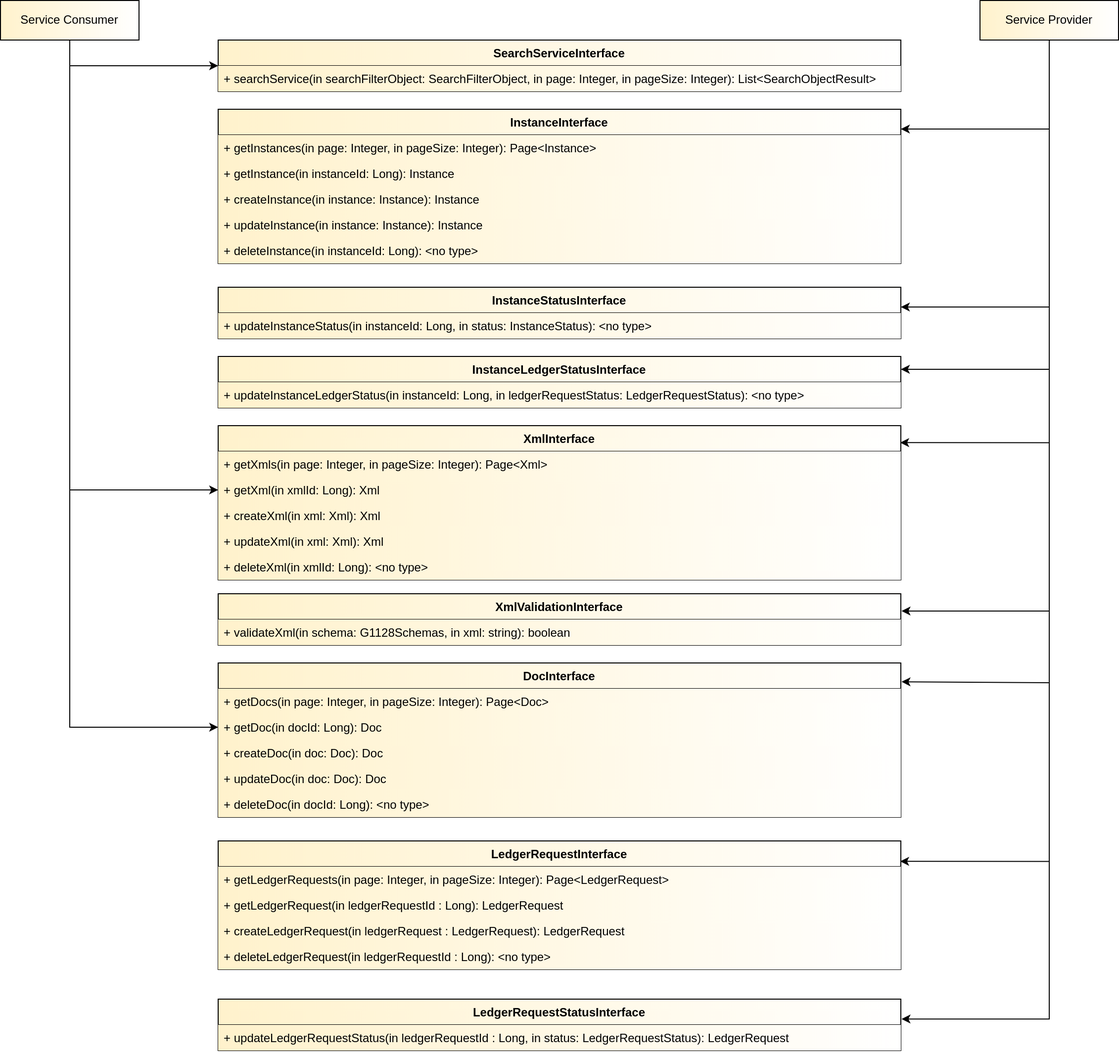
maritimeconnectivity/g1128-msr-service-specification keeps this draw.io diagram as materials/interfacedefinitions.drawio.png. Above is the earlier version. Source tidied: cells renumbered, new cells last; positions are measured from the earlier drawing's top-left corner, leaving out a move shared by most shapes.
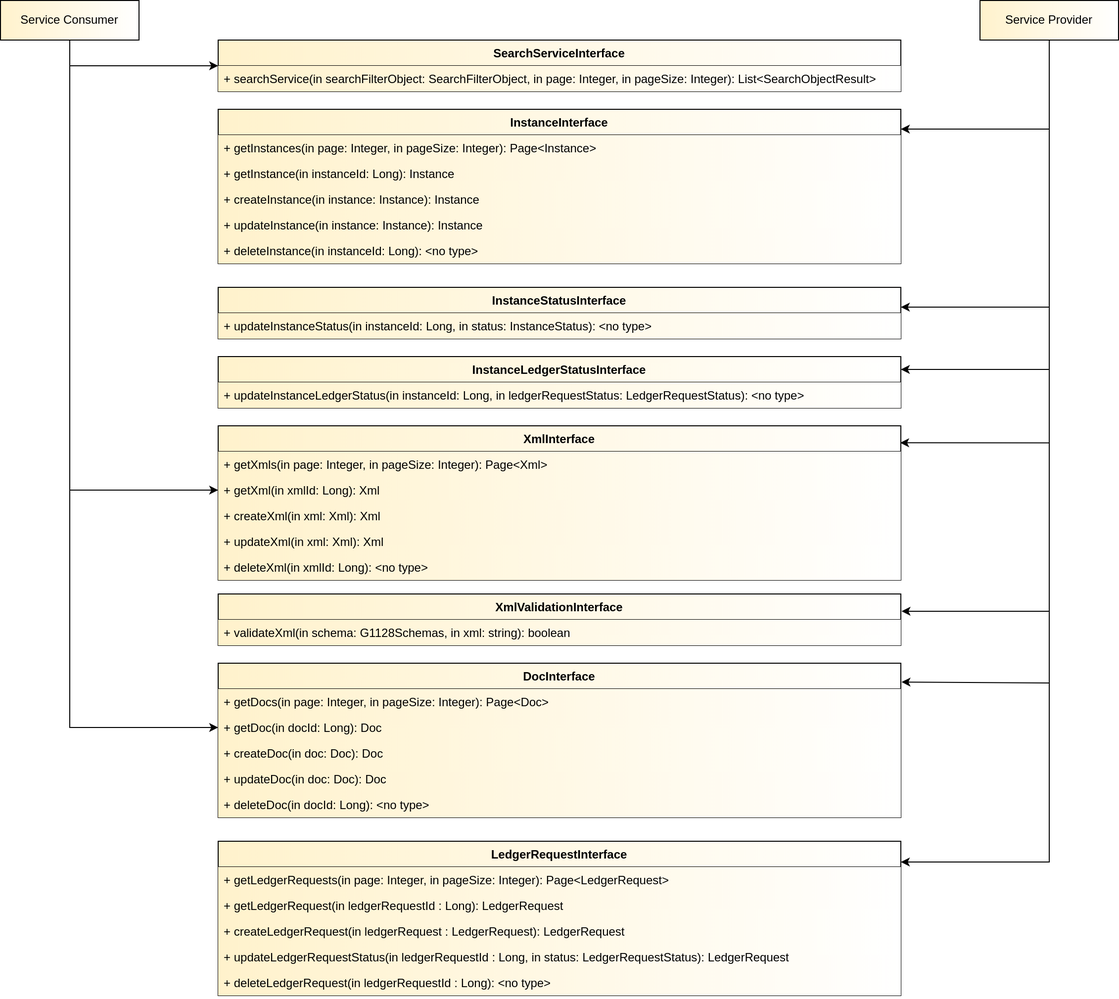
The same file after the commit.

What changed in the source:
```diff
@@ -80,7 +80,7 @@
         </Array>
       </mxGeometry>
     </mxCell>
-    <mxCell id="25" style="edgeStyle=orthogonalEdgeStyle;rounded=0;jettySize=auto;html=1;entryX=0.999;entryY=0.159;entryDx=0;entryDy=0;exitX=0.5;exitY=1;exitDx=0;exitDy=0;entryPerimeter=0;" parent="1" edge="1" source="30" target="35">
+    <mxCell id="25" style="edgeStyle=orthogonalEdgeStyle;rounded=0;jettySize=auto;html=1;exitX=0.5;exitY=1;exitDx=0;exitDy=0;" parent="1" edge="1" source="30" target="35">
       <mxGeometry relative="1" as="geometry">
         <Array as="points">
           <mxPoint x="1060" y="871" />
@@ -103,13 +103,6 @@
         </Array>
       </mxGeometry>
     </mxCell>
-    <mxCell id="28" style="edgeStyle=orthogonalEdgeStyle;rounded=0;jettySize=auto;html=1;entryX=1.001;entryY=0.387;entryDx=0;entryDy=0;entryPerimeter=0;" parent="1" edge="1" source="30" target="40">
-      <mxGeometry relative="1" as="geometry">
-        <Array as="points">
-          <mxPoint x="1060" y="1030" />
-        </Array>
-      </mxGeometry>
-    </mxCell>
     <mxCell id="29" style="edgeStyle=orthogonalEdgeStyle;rounded=0;jettySize=auto;html=1;entryX=1.001;entryY=0.336;entryDx=0;entryDy=0;exitX=0.5;exitY=1;exitDx=0;exitDy=0;entryPerimeter=0;" parent="1" edge="1" source="30" target="46">
       <mxGeometry relative="1" as="geometry" />
     </mxCell>
@@ -133,7 +126,7 @@
       <mxGeometry width="140" height="40" as="geometry" />
     </mxCell>
     <mxCell id="35" value="LedgerRequestInterface" style="swimlane;fontStyle=1;align=center;verticalAlign=top;horizontal=1;startSize=26;rounded=0;glass=0;fillColor=#fff2cc;gradientDirection=east;strokeColor=#000000;gradientColor=#ffffff;" parent="1" vertex="1">
-      <mxGeometry x="220" y="850" width="690" height="130" as="geometry" />
+      <mxGeometry x="220" y="850" width="690" height="156" as="geometry" />
     </mxCell>
     <mxCell id="36" value="+ getLedgerRequests(in page: Integer, in pageSize: Integer): Page&lt;LedgerRequest&gt;" style="text;strokeColor=none;fillColor=#fff2cc;align=left;verticalAlign=top;spacingLeft=4;spacingRight=4;overflow=hidden;rounded=0;glass=0;gradientColor=#ffffff;gradientDirection=east;strokeWidth=1;" parent="35" vertex="1">
       <mxGeometry y="26" width="690" height="26" as="geometry" />
@@ -144,15 +137,12 @@
     <mxCell id="38" value="+ createLedgerRequest(in ledgerRequest : LedgerRequest): LedgerRequest" style="text;strokeColor=none;fillColor=#fff2cc;align=left;verticalAlign=top;spacingLeft=4;spacingRight=4;overflow=hidden;rounded=0;glass=0;gradientColor=#ffffff;gradientDirection=east;strokeWidth=1;" parent="35" vertex="1">
       <mxGeometry y="78" width="690" height="26" as="geometry" />
     </mxCell>
+    <mxCell id="41" value="+ updateLedgerRequestStatus(in ledgerRequestId : Long, in status: LedgerRequestStatus): LedgerRequest" style="text;strokeColor=none;fillColor=#fff2cc;align=left;verticalAlign=top;spacingLeft=4;spacingRight=4;overflow=hidden;rounded=0;glass=0;gradientColor=#ffffff;gradientDirection=east;strokeWidth=1;" parent="35" vertex="1">
+      <mxGeometry y="104" width="690" height="26" as="geometry" />
+    </mxCell>
     <mxCell id="39" value="+ deleteLedgerRequest(in ledgerRequestId : Long): &lt;no type&gt;&#10;" style="text;strokeColor=none;fillColor=#fff2cc;align=left;verticalAlign=top;spacingLeft=4;spacingRight=4;overflow=hidden;rounded=0;glass=0;gradientColor=#ffffff;gradientDirection=east;strokeWidth=1;" parent="35" vertex="1">
-      <mxGeometry y="104" width="690" height="26" as="geometry" />
+      <mxGeometry y="130" width="690" height="26" as="geometry" />
     </mxCell>
-    <mxCell id="40" value="LedgerRequestStatusInterface" style="swimlane;fontStyle=1;align=center;verticalAlign=top;horizontal=1;startSize=26;rounded=0;glass=0;fillColor=#fff2cc;gradientDirection=east;strokeColor=#000000;gradientColor=#ffffff;" parent="1" vertex="1">
-      <mxGeometry x="220" y="1010" width="690" height="52" as="geometry" />
-    </mxCell>
-    <mxCell id="41" value="+ updateLedgerRequestStatus(in ledgerRequestId : Long, in status: LedgerRequestStatus): LedgerRequest" style="text;strokeColor=none;fillColor=#fff2cc;align=left;verticalAlign=top;spacingLeft=4;spacingRight=4;overflow=hidden;rounded=0;glass=0;gradientColor=#ffffff;gradientDirection=east;strokeWidth=1;" parent="40" vertex="1">
-      <mxGeometry y="26" width="690" height="26" as="geometry" />
-    </mxCell>
     <mxCell id="42" value="InstanceStatusInterface" style="swimlane;fontStyle=1;align=center;verticalAlign=top;horizontal=1;startSize=26;rounded=0;glass=0;fillColor=#fff2cc;gradientDirection=east;strokeColor=#000000;gradientColor=#ffffff;" parent="1" vertex="1">
       <mxGeometry x="220" y="290" width="690" height="52" as="geometry" />
     </mxCell>
```
